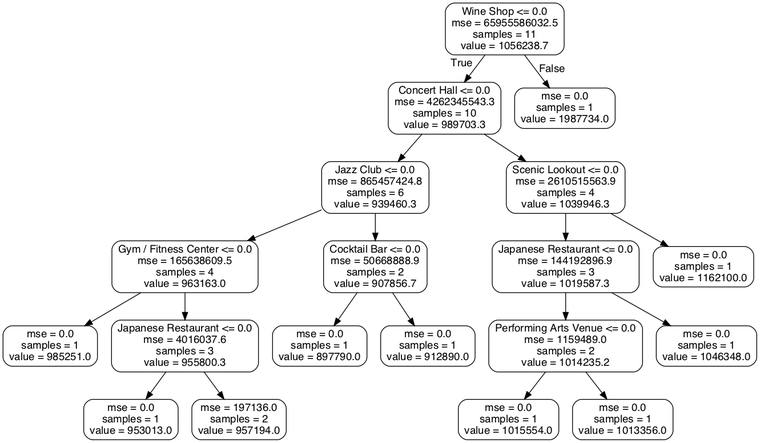
Before: high_price_tree.png, a diagram exported from Graphviz (allaccountstaken/predicting_urban_home_values). Its source is kept beside it as high_price_tree.dot.
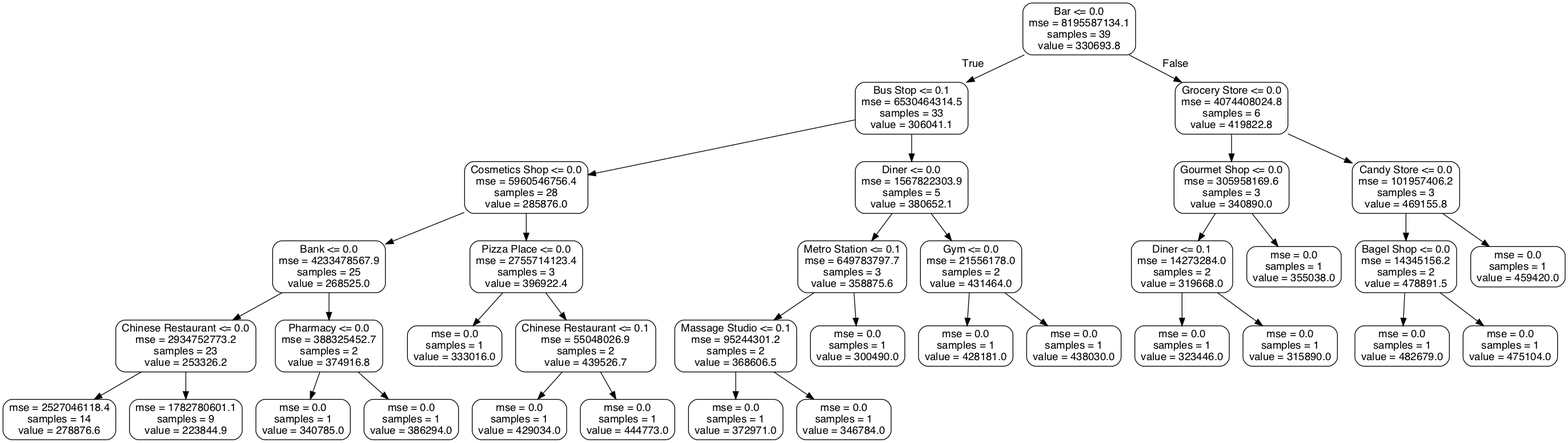
Above is the later version.

Commit message:
update all tree and high demand tree

What changed in the source:
```diff
@@ -1,41 +1,73 @@
 digraph Tree {
 node [shape=box, style="rounded", color="black", fontname=helvetica] ;
 edge [fontname=helvetica] ;
-0 [label="Wine Shop <= 0.0\nmse = 65955586032.5\nsamples = 11\nvalue = 1056238.7"] ;
-1 [label="Concert Hall <= 0.0\nmse = 4262345543.3\nsamples = 10\nvalue = 989703.3"] ;
+0 [label="Bar <= 0.0\nmse = 8195587134.1\nsamples = 39\nvalue = 330693.8"] ;
+1 [label="Bus Stop <= 0.1\nmse = 6530464314.5\nsamples = 33\nvalue = 306041.1"] ;
 0 -> 1 [labeldistance=2.5, labelangle=45, headlabel="True"] ;
-2 [label="Jazz Club <= 0.0\nmse = 865457424.8\nsamples = 6\nvalue = 939460.3"] ;
+2 [label="Cosmetics Shop <= 0.0\nmse = 5960546756.4\nsamples = 28\nvalue = 285876.0"] ;
 1 -> 2 ;
-3 [label="Gym / Fitness Center <= 0.0\nmse = 165638609.5\nsamples = 4\nvalue = 963163.0"] ;
+3 [label="Bank <= 0.0\nmse = 4233478567.9\nsamples = 25\nvalue = 268525.0"] ;
 2 -> 3 ;
-4 [label="mse = 0.0\nsamples = 1\nvalue = 985251.0"] ;
+4 [label="Chinese Restaurant <= 0.0\nmse = 2934752773.2\nsamples = 23\nvalue = 253326.2"] ;
 3 -> 4 ;
-5 [label="Japanese Restaurant <= 0.0\nmse = 4016037.6\nsamples = 3\nvalue = 955800.3"] ;
-3 -> 5 ;
-6 [label="mse = 0.0\nsamples = 1\nvalue = 953013.0"] ;
-5 -> 6 ;
-7 [label="mse = 197136.0\nsamples = 2\nvalue = 957194.0"] ;
-5 -> 7 ;
-8 [label="Cocktail Bar <= 0.0\nmse = 50668888.9\nsamples = 2\nvalue = 907856.7"] ;
-2 -> 8 ;
-9 [label="mse = 0.0\nsamples = 1\nvalue = 897790.0"] ;
-8 -> 9 ;
-10 [label="mse = 0.0\nsamples = 1\nvalue = 912890.0"] ;
-8 -> 10 ;
-11 [label="Scenic Lookout <= 0.0\nmse = 2610515563.9\nsamples = 4\nvalue = 1039946.3"] ;
-1 -> 11 ;
-12 [label="Japanese Restaurant <= 0.0\nmse = 144192896.9\nsamples = 3\nvalue = 1019587.3"] ;
-11 -> 12 ;
-13 [label="Performing Arts Venue <= 0.0\nmse = 1159489.0\nsamples = 2\nvalue = 1014235.2"] ;
+5 [label="mse = 2527046118.4\nsamples = 14\nvalue = 278876.6"] ;
+4 -> 5 ;
+6 [label="mse = 1782780601.1\nsamples = 9\nvalue = 223844.9"] ;
+4 -> 6 ;
+7 [label="Pharmacy <= 0.0\nmse = 388325452.7\nsamples = 2\nvalue = 374916.8"] ;
+3 -> 7 ;
+8 [label="mse = 0.0\nsamples = 1\nvalue = 340785.0"] ;
+7 -> 8 ;
+9 [label="mse = 0.0\nsamples = 1\nvalue = 386294.0"] ;
+7 -> 9 ;
+10 [label="Pizza Place <= 0.0\nmse = 2755714123.4\nsamples = 3\nvalue = 396922.4"] ;
+2 -> 10 ;
+11 [label="mse = 0.0\nsamples = 1\nvalue = 333016.0"] ;
+10 -> 11 ;
+12 [label="Chinese Restaurant <= 0.1\nmse = 55048026.9\nsamples = 2\nvalue = 439526.7"] ;
+10 -> 12 ;
+13 [label="mse = 0.0\nsamples = 1\nvalue = 429034.0"] ;
 12 -> 13 ;
-14 [label="mse = 0.0\nsamples = 1\nvalue = 1015554.0"] ;
-13 -> 14 ;
-15 [label="mse = 0.0\nsamples = 1\nvalue = 1013356.0"] ;
-13 -> 15 ;
-16 [label="mse = 0.0\nsamples = 1\nvalue = 1046348.0"] ;
-12 -> 16 ;
-17 [label="mse = 0.0\nsamples = 1\nvalue = 1162100.0"] ;
-11 -> 17 ;
-18 [label="mse = 0.0\nsamples = 1\nvalue = 1987734.0"] ;
-0 -> 18 [labeldistance=2.5, labelangle=-45, headlabel="False"] ;
+14 [label="mse = 0.0\nsamples = 1\nvalue = 444773.0"] ;
+12 -> 14 ;
+15 [label="Diner <= 0.0\nmse = 1567822303.9\nsamples = 5\nvalue = 380652.1"] ;
+1 -> 15 ;
+16 [label="Metro Station <= 0.1\nmse = 649783797.7\nsamples = 3\nvalue = 358875.6"] ;
+15 -> 16 ;
+17 [label="Massage Studio <= 0.1\nmse = 95244301.2\nsamples = 2\nvalue = 368606.5"] ;
+16 -> 17 ;
+18 [label="mse = 0.0\nsamples = 1\nvalue = 372971.0"] ;
+17 -> 18 ;
+19 [label="mse = 0.0\nsamples = 1\nvalue = 346784.0"] ;
+17 -> 19 ;
+20 [label="mse = 0.0\nsamples = 1\nvalue = 300490.0"] ;
+16 -> 20 ;
+21 [label="Gym <= 0.0\nmse = 21556178.0\nsamples = 2\nvalue = 431464.0"] ;
+15 -> 21 ;
+22 [label="mse = 0.0\nsamples = 1\nvalue = 428181.0"] ;
+21 -> 22 ;
+23 [label="mse = 0.0\nsamples = 1\nvalue = 438030.0"] ;
+21 -> 23 ;
+24 [label="Grocery Store <= 0.0\nmse = 4074408024.8\nsamples = 6\nvalue = 419822.8"] ;
+0 -> 24 [labeldistance=2.5, labelangle=-45, headlabel="False"] ;
+25 [label="Gourmet Shop <= 0.0\nmse = 305958169.6\nsamples = 3\nvalue = 340890.0"] ;
+24 -> 25 ;
+26 [label="Diner <= 0.1\nmse = 14273284.0\nsamples = 2\nvalue = 319668.0"] ;
+25 -> 26 ;
+27 [label="mse = 0.0\nsamples = 1\nvalue = 323446.0"] ;
+26 -> 27 ;
+28 [label="mse = 0.0\nsamples = 1\nvalue = 315890.0"] ;
+26 -> 28 ;
+29 [label="mse = 0.0\nsamples = 1\nvalue = 355038.0"] ;
+25 -> 29 ;
+30 [label="Candy Store <= 0.0\nmse = 101957406.2\nsamples = 3\nvalue = 469155.8"] ;
+24 -> 30 ;
+31 [label="Bagel Shop <= 0.0\nmse = 14345156.2\nsamples = 2\nvalue = 478891.5"] ;
+30 -> 31 ;
+32 [label="mse = 0.0\nsamples = 1\nvalue = 482679.0"] ;
+31 -> 32 ;
+33 [label="mse = 0.0\nsamples = 1\nvalue = 475104.0"] ;
+31 -> 33 ;
+34 [label="mse = 0.0\nsamples = 1\nvalue = 459420.0"] ;
+30 -> 34 ;
 }
```
